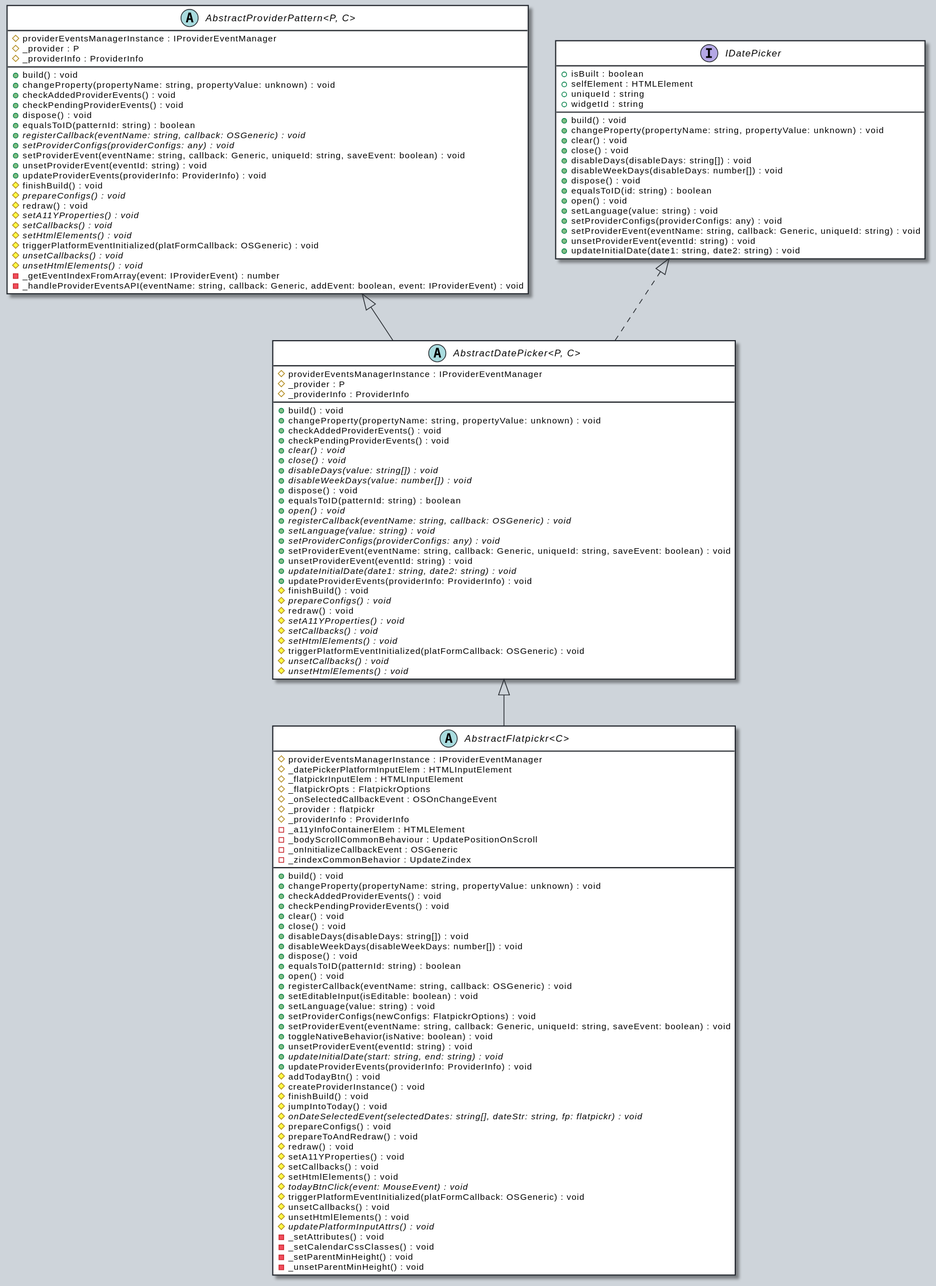
This is docs/assets/AbstractDatePicker-umlClassDiagram-2903.svg from OutSystems/outsystems-ui, a PlantUML export, as it was before one commit. Its diagram source:
```plantuml
@startuml
skinparam ClassArrowColor #272b30
skinparam ClassBorderColor #272b30
skinparam ClassBackgroundColor #fff
skinparam BackgroundColor #ced4da
hide empty methods
hide empty fields
abstract class "AbstractDatePicker<P, C>" {
    #providerEventsManagerInstance : IProviderEventManager
    #_provider : P
    #_providerInfo : ProviderInfo
    +build() : void
    +changeProperty(propertyName: string, propertyValue: unknown) : void
    +checkAddedProviderEvents() : void
    +checkPendingProviderEvents() : void
    {abstract} +clear() : void
    {abstract} +close() : void
    {abstract} +disableDays(value: string[]) : void
    {abstract} +disableWeekDays(value: number[]) : void
    +dispose() : void
    +equalsToID(patternId: string) : boolean
    {abstract} +open() : void
    {abstract} +registerCallback(eventName: string, callback: OSGeneric) : void
    {abstract} +setLanguage(value: string) : void
    {abstract} +setProviderConfigs(providerConfigs: any) : void
    +setProviderEvent(eventName: string, callback: Generic, uniqueId: string, saveEvent: boolean) : void
    +unsetProviderEvent(eventId: string) : void
    {abstract} +updateInitialDate(date1: string, date2: string) : void
    +updateProviderEvents(providerInfo: ProviderInfo) : void
    #finishBuild() : void
    {abstract} #prepareConfigs() : void
    #redraw() : void
    {abstract} #setA11YProperties() : void
    {abstract} #setCallbacks() : void
    {abstract} #setHtmlElements() : void
    #triggerPlatformEventInitialized(platFormCallback: OSGeneric) : void
    {abstract} #unsetCallbacks() : void
    {abstract} #unsetHtmlElements() : void
}
abstract class "AbstractProviderPattern<P, C>" {
    #providerEventsManagerInstance : IProviderEventManager
    #_provider : P
    #_providerInfo : ProviderInfo
    +build() : void
    +changeProperty(propertyName: string, propertyValue: unknown) : void
    +checkAddedProviderEvents() : void
    +checkPendingProviderEvents() : void
    +dispose() : void
    +equalsToID(patternId: string) : boolean
    {abstract} +registerCallback(eventName: string, callback: OSGeneric) : void
    {abstract} +setProviderConfigs(providerConfigs: any) : void
    +setProviderEvent(eventName: string, callback: Generic, uniqueId: string, saveEvent: boolean) : void
    +unsetProviderEvent(eventId: string) : void
    +updateProviderEvents(providerInfo: ProviderInfo) : void
    #finishBuild() : void
    {abstract} #prepareConfigs() : void
    #redraw() : void
    {abstract} #setA11YProperties() : void
    {abstract} #setCallbacks() : void
    {abstract} #setHtmlElements() : void
    #triggerPlatformEventInitialized(platFormCallback: OSGeneric) : void
    {abstract} #unsetCallbacks() : void
    {abstract} #unsetHtmlElements() : void
    -_getEventIndexFromArray(event: IProviderEvent) : number
    -_handleProviderEventsAPI(eventName: string, callback: Generic, addEvent: boolean, event: IProviderEvent) : void
}
"AbstractProviderPattern<P, C>" <|-- "AbstractDatePicker<P, C>"
interface "IDatePicker" {
    +isBuilt : boolean
    +selfElement : HTMLElement
    +uniqueId : string
    +widgetId : string
    +build() : void
    +changeProperty(propertyName: string, propertyValue: unknown) : void
    +clear() : void
    +close() : void
    +disableDays(disableDays: string[]) : void
    +disableWeekDays(disableDays: number[]) : void
    +dispose() : void
    +equalsToID(id: string) : boolean
    +open() : void
    +setLanguage(value: string) : void
    +setProviderConfigs(providerConfigs: any) : void
    +setProviderEvent(eventName: string, callback: Generic, uniqueId: string) : void
    +unsetProviderEvent(eventId: string) : void
    +updateInitialDate(date1: string, date2: string) : void
}
"IDatePicker" <|.. "AbstractDatePicker<P, C>"
abstract class "AbstractFlatpickr<C>" {
    #providerEventsManagerInstance : IProviderEventManager
    #_datePickerPlatformInputElem : HTMLInputElement
    #_flatpickrInputElem : HTMLInputElement
    #_flatpickrOpts : FlatpickrOptions
    #_onSelectedCallbackEvent : OSOnChangeEvent
    #_provider : flatpickr
    #_providerInfo : ProviderInfo
    -_a11yInfoContainerElem : HTMLElement
    -_bodyScrollCommonBehaviour : UpdatePositionOnScroll
    -_onInitializeCallbackEvent : OSGeneric
    -_zindexCommonBehavior : UpdateZindex
    +build() : void
    +changeProperty(propertyName: string, propertyValue: unknown) : void
    +checkAddedProviderEvents() : void
    +checkPendingProviderEvents() : void
    +clear() : void
    +close() : void
    +disableDays(disableDays: string[]) : void
    +disableWeekDays(disableWeekDays: number[]) : void
    +dispose() : void
    +equalsToID(patternId: string) : boolean
    +open() : void
    +registerCallback(eventName: string, callback: OSGeneric) : void
    +setEditableInput(isEditable: boolean) : void
    +setLanguage(value: string) : void
    +setProviderConfigs(newConfigs: FlatpickrOptions) : void
    +setProviderEvent(eventName: string, callback: Generic, uniqueId: string, saveEvent: boolean) : void
    +toggleNativeBehavior(isNative: boolean) : void
    +unsetProviderEvent(eventId: string) : void
    {abstract} +updateInitialDate(start: string, end: string) : void
    +updateProviderEvents(providerInfo: ProviderInfo) : void
    #addTodayBtn() : void
    #createProviderInstance() : void
    #finishBuild() : void
    #jumpIntoToday() : void
    {abstract} #onDateSelectedEvent(selectedDates: string[], dateStr: string, fp: flatpickr) : void
    #prepareConfigs() : void
    #prepareToAndRedraw() : void
    #redraw() : void
    #setA11YProperties() : void
    #setCallbacks() : void
    #setHtmlElements() : void
    {abstract} #todayBtnClick(event: MouseEvent) : void
    #triggerPlatformEventInitialized(platFormCallback: OSGeneric) : void
    #unsetCallbacks() : void
    #unsetHtmlElements() : void
    {abstract} #updatePlatformInputAttrs() : void
    -_setAttributes() : void
    -_setCalendarCssClasses() : void
    -_setParentMinHeight() : void
    -_unsetParentMinHeight() : void
}
"AbstractDatePicker<P, C>" <|-- "AbstractFlatpickr<C>"
@enduml
```
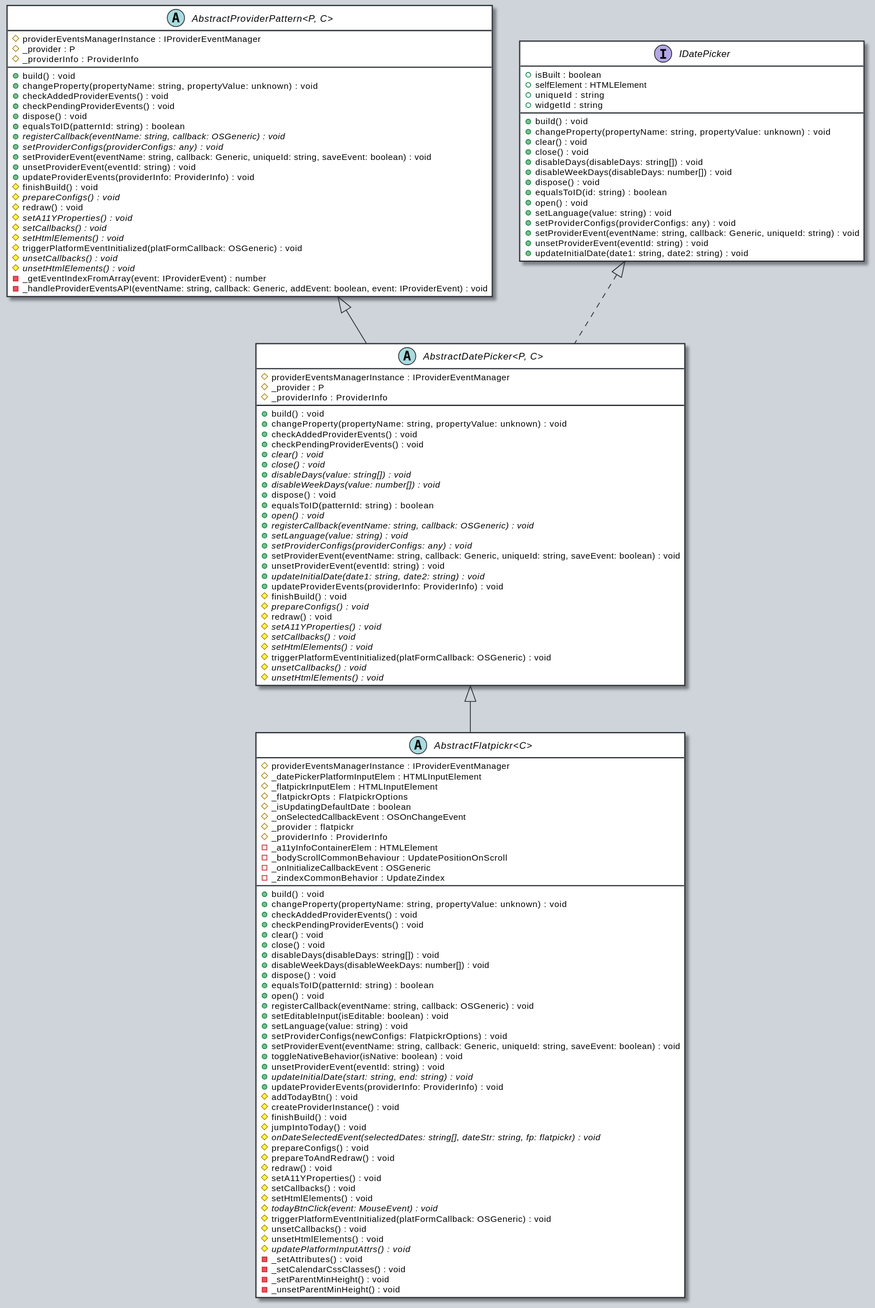
After the change.

Change to the diagram source:
```diff
@@ -91,6 +91,7 @@
     #_datePickerPlatformInputElem : HTMLInputElement
     #_flatpickrInputElem : HTMLInputElement
     #_flatpickrOpts : FlatpickrOptions
+    #_isUpdatingDefaultDate : boolean
     #_onSelectedCallbackEvent : OSOnChangeEvent
     #_provider : flatpickr
     #_providerInfo : ProviderInfo
```
